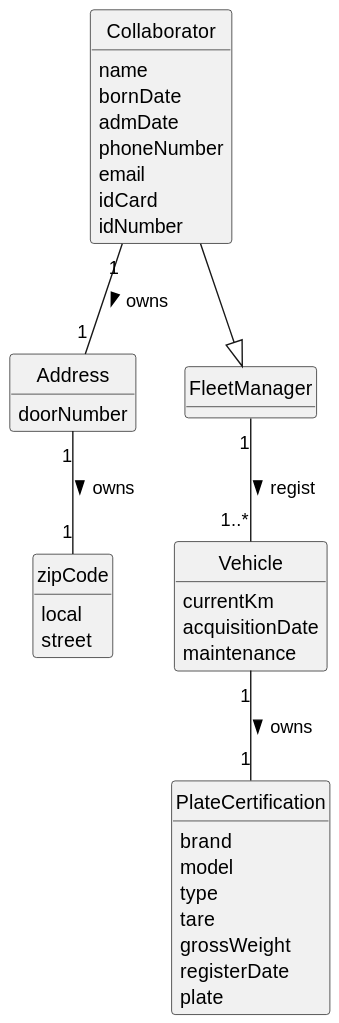
Before: docs/sprint2/us006/02.analysis/svg/us006-domain-model.svg, a diagram exported from PlantUML (1231360-ISEP/lei-24-s2-1db-g021).
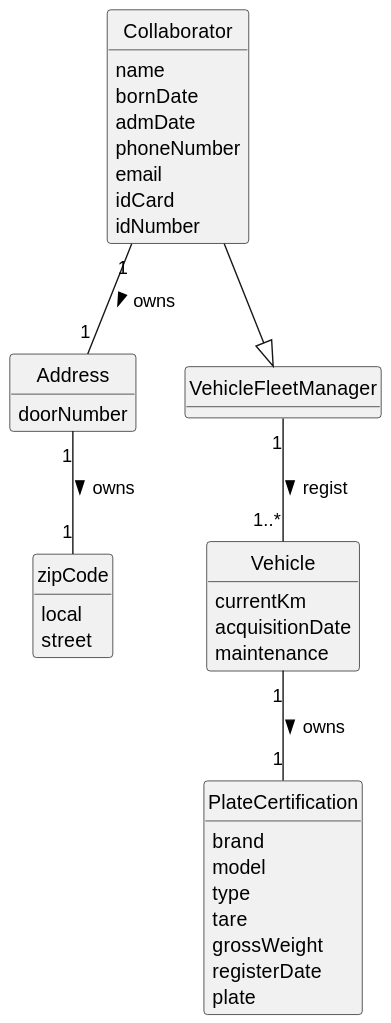
Above is the later version.

The edit, as a diff of the source:
```diff
@@ -27,7 +27,7 @@
     street
 }
 
-class FleetManager {}
+class VehicleFleetManager {}
 
 class Vehicle {
     currentKm
@@ -46,8 +46,8 @@
 }
 
 
-Collaborator --|> FleetManager
-FleetManager "1" -- "1..*" Vehicle : regist >
+Collaborator --|> VehicleFleetManager
+VehicleFleetManager "1" -- "1..*" Vehicle : regist >
 Vehicle "1" -- "1" PlateCertification : owns >
 Collaborator "1" -- "1" Address: owns >
 Address "1" -- "1" zipCode : owns >
```
